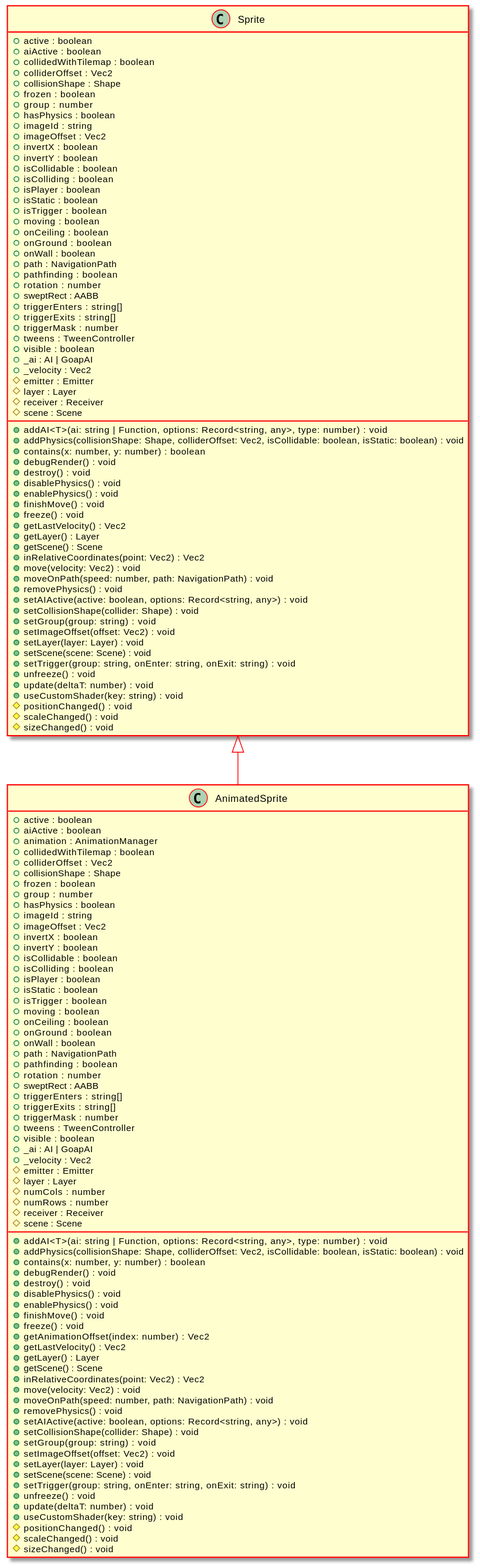
Earlier version of the PlantUML export docs/api/assets/AnimatedSprite-umlClassDiagram-3224.svg (Test123938/Test2). The source it was exported from:
```plantuml
@startuml
skinparam ClassArrowColor #ff0000
skinparam ClassBorderColor #ff0000
skinparam BackgroundColor transparent
hide empty methods
hide empty fields
class "AnimatedSprite" {
    +active : boolean
    +aiActive : boolean
    +animation : AnimationManager
    +collidedWithTilemap : boolean
    +colliderOffset : Vec2
    +collisionShape : Shape
    +frozen : boolean
    +group : number
    +hasPhysics : boolean
    +imageId : string
    +imageOffset : Vec2
    +invertX : boolean
    +invertY : boolean
    +isCollidable : boolean
    +isColliding : boolean
    +isPlayer : boolean
    +isStatic : boolean
    +isTrigger : boolean
    +moving : boolean
    +onCeiling : boolean
    +onGround : boolean
    +onWall : boolean
    +path : NavigationPath
    +pathfinding : boolean
    +rotation : number
    +sweptRect : AABB
    +triggerEnters : string[]
    +triggerExits : string[]
    +triggerMask : number
    +tweens : TweenController
    +visible : boolean
    +_ai : AI | GoapAI
    +_velocity : Vec2
    #emitter : Emitter
    #layer : Layer
    #numCols : number
    #numRows : number
    #receiver : Receiver
    #scene : Scene
    +addAI<T>(ai: string | Function, options: Record<string, any>, type: number) : void
    +addPhysics(collisionShape: Shape, colliderOffset: Vec2, isCollidable: boolean, isStatic: boolean) : void
    +contains(x: number, y: number) : boolean
    +debugRender() : void
    +destroy() : void
    +disablePhysics() : void
    +enablePhysics() : void
    +finishMove() : void
    +freeze() : void
    +getAnimationOffset(index: number) : Vec2
    +getLastVelocity() : Vec2
    +getLayer() : Layer
    +getScene() : Scene
    +inRelativeCoordinates(point: Vec2) : Vec2
    +move(velocity: Vec2) : void
    +moveOnPath(speed: number, path: NavigationPath) : void
    +removePhysics() : void
    +setAIActive(active: boolean, options: Record<string, any>) : void
    +setCollisionShape(collider: Shape) : void
    +setGroup(group: string) : void
    +setImageOffset(offset: Vec2) : void
    +setLayer(layer: Layer) : void
    +setScene(scene: Scene) : void
    +setTrigger(group: string, onEnter: string, onExit: string) : void
    +unfreeze() : void
    +update(deltaT: number) : void
    +useCustomShader(key: string) : void
    #positionChanged() : void
    #scaleChanged() : void
    #sizeChanged() : void
}
class "Sprite" {
    +active : boolean
    +aiActive : boolean
    +collidedWithTilemap : boolean
    +colliderOffset : Vec2
    +collisionShape : Shape
    +frozen : boolean
    +group : number
    +hasPhysics : boolean
    +imageId : string
    +imageOffset : Vec2
    +invertX : boolean
    +invertY : boolean
    +isCollidable : boolean
    +isColliding : boolean
    +isPlayer : boolean
    +isStatic : boolean
    +isTrigger : boolean
    +moving : boolean
    +onCeiling : boolean
    +onGround : boolean
    +onWall : boolean
    +path : NavigationPath
    +pathfinding : boolean
    +rotation : number
    +sweptRect : AABB
    +triggerEnters : string[]
    +triggerExits : string[]
    +triggerMask : number
    +tweens : TweenController
    +visible : boolean
    +_ai : AI | GoapAI
    +_velocity : Vec2
    #emitter : Emitter
    #layer : Layer
    #receiver : Receiver
    #scene : Scene
    +addAI<T>(ai: string | Function, options: Record<string, any>, type: number) : void
    +addPhysics(collisionShape: Shape, colliderOffset: Vec2, isCollidable: boolean, isStatic: boolean) : void
    +contains(x: number, y: number) : boolean
    +debugRender() : void
    +destroy() : void
    +disablePhysics() : void
    +enablePhysics() : void
    +finishMove() : void
    +freeze() : void
    +getLastVelocity() : Vec2
    +getLayer() : Layer
    +getScene() : Scene
    +inRelativeCoordinates(point: Vec2) : Vec2
    +move(velocity: Vec2) : void
    +moveOnPath(speed: number, path: NavigationPath) : void
    +removePhysics() : void
    +setAIActive(active: boolean, options: Record<string, any>) : void
    +setCollisionShape(collider: Shape) : void
    +setGroup(group: string) : void
    +setImageOffset(offset: Vec2) : void
    +setLayer(layer: Layer) : void
    +setScene(scene: Scene) : void
    +setTrigger(group: string, onEnter: string, onExit: string) : void
    +unfreeze() : void
    +update(deltaT: number) : void
    +useCustomShader(key: string) : void
    #positionChanged() : void
    #scaleChanged() : void
    #sizeChanged() : void
}
"Sprite" <|-- "AnimatedSprite"
@enduml
```
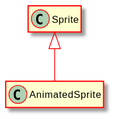
Later version of the same file.

What changed in the source:
```diff
@@ -5,142 +5,8 @@
 hide empty methods
 hide empty fields
 class "AnimatedSprite" {
-    +active : boolean
-    +aiActive : boolean
-    +animation : AnimationManager
-    +collidedWithTilemap : boolean
-    +colliderOffset : Vec2
-    +collisionShape : Shape
-    +frozen : boolean
-    +group : number
-    +hasPhysics : boolean
-    +imageId : string
-    +imageOffset : Vec2
-    +invertX : boolean
-    +invertY : boolean
-    +isCollidable : boolean
-    +isColliding : boolean
-    +isPlayer : boolean
-    +isStatic : boolean
-    +isTrigger : boolean
-    +moving : boolean
-    +onCeiling : boolean
-    +onGround : boolean
-    +onWall : boolean
-    +path : NavigationPath
-    +pathfinding : boolean
-    +rotation : number
-    +sweptRect : AABB
-    +triggerEnters : string[]
-    +triggerExits : string[]
-    +triggerMask : number
-    +tweens : TweenController
-    +visible : boolean
-    +_ai : AI | GoapAI
-    +_velocity : Vec2
-    #emitter : Emitter
-    #layer : Layer
-    #numCols : number
-    #numRows : number
-    #receiver : Receiver
-    #scene : Scene
-    +addAI<T>(ai: string | Function, options: Record<string, any>, type: number) : void
-    +addPhysics(collisionShape: Shape, colliderOffset: Vec2, isCollidable: boolean, isStatic: boolean) : void
-    +contains(x: number, y: number) : boolean
-    +debugRender() : void
-    +destroy() : void
-    +disablePhysics() : void
-    +enablePhysics() : void
-    +finishMove() : void
-    +freeze() : void
-    +getAnimationOffset(index: number) : Vec2
-    +getLastVelocity() : Vec2
-    +getLayer() : Layer
-    +getScene() : Scene
-    +inRelativeCoordinates(point: Vec2) : Vec2
-    +move(velocity: Vec2) : void
-    +moveOnPath(speed: number, path: NavigationPath) : void
-    +removePhysics() : void
-    +setAIActive(active: boolean, options: Record<string, any>) : void
-    +setCollisionShape(collider: Shape) : void
-    +setGroup(group: string) : void
-    +setImageOffset(offset: Vec2) : void
-    +setLayer(layer: Layer) : void
-    +setScene(scene: Scene) : void
-    +setTrigger(group: string, onEnter: string, onExit: string) : void
-    +unfreeze() : void
-    +update(deltaT: number) : void
-    +useCustomShader(key: string) : void
-    #positionChanged() : void
-    #scaleChanged() : void
-    #sizeChanged() : void
 }
 class "Sprite" {
-    +active : boolean
-    +aiActive : boolean
-    +collidedWithTilemap : boolean
-    +colliderOffset : Vec2
-    +collisionShape : Shape
-    +frozen : boolean
-    +group : number
-    +hasPhysics : boolean
-    +imageId : string
-    +imageOffset : Vec2
-    +invertX : boolean
-    +invertY : boolean
-    +isCollidable : boolean
-    +isColliding : boolean
-    +isPlayer : boolean
-    +isStatic : boolean
-    +isTrigger : boolean
-    +moving : boolean
-    +onCeiling : boolean
-    +onGround : boolean
-    +onWall : boolean
-    +path : NavigationPath
-    +pathfinding : boolean
-    +rotation : number
-    +sweptRect : AABB
-    +triggerEnters : string[]
-    +triggerExits : string[]
-    +triggerMask : number
-    +tweens : TweenController
-    +visible : boolean
-    +_ai : AI | GoapAI
-    +_velocity : Vec2
-    #emitter : Emitter
-    #layer : Layer
-    #receiver : Receiver
-    #scene : Scene
-    +addAI<T>(ai: string | Function, options: Record<string, any>, type: number) : void
-    +addPhysics(collisionShape: Shape, colliderOffset: Vec2, isCollidable: boolean, isStatic: boolean) : void
-    +contains(x: number, y: number) : boolean
-    +debugRender() : void
-    +destroy() : void
-    +disablePhysics() : void
-    +enablePhysics() : void
-    +finishMove() : void
-    +freeze() : void
-    +getLastVelocity() : Vec2
-    +getLayer() : Layer
-    +getScene() : Scene
-    +inRelativeCoordinates(point: Vec2) : Vec2
-    +move(velocity: Vec2) : void
-    +moveOnPath(speed: number, path: NavigationPath) : void
-    +removePhysics() : void
-    +setAIActive(active: boolean, options: Record<string, any>) : void
-    +setCollisionShape(collider: Shape) : void
-    +setGroup(group: string) : void
-    +setImageOffset(offset: Vec2) : void
-    +setLayer(layer: Layer) : void
-    +setScene(scene: Scene) : void
-    +setTrigger(group: string, onEnter: string, onExit: string) : void
-    +unfreeze() : void
-    +update(deltaT: number) : void
-    +useCustomShader(key: string) : void
-    #positionChanged() : void
-    #scaleChanged() : void
-    #sizeChanged() : void
 }
 "Sprite" <|-- "AnimatedSprite"
 @enduml
```
